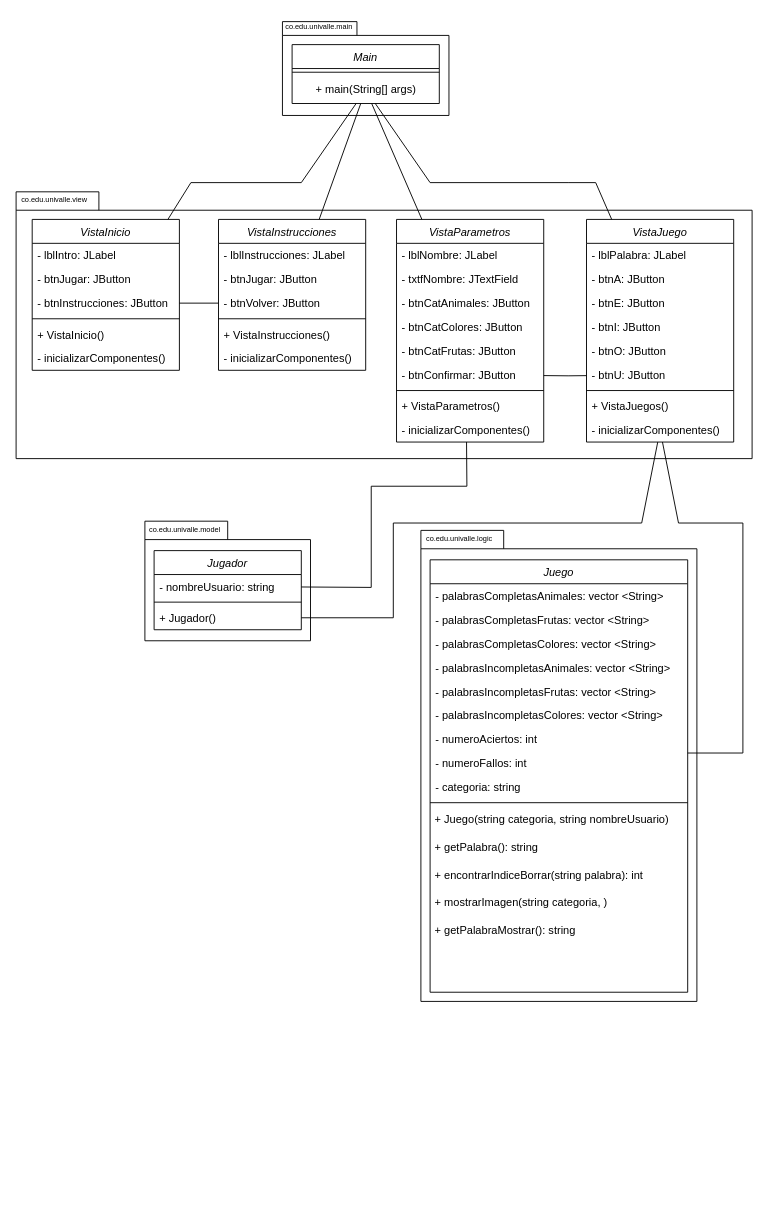
Earlier version of the draw.io diagram Diagrama de Clases MiniProyecto1.drawio (puyojulian/MiniProyecto1FPOE). Source tidied: cells renumbered, new cells numbered last; positions are measured from the earlier drawing's top-left corner, leaving out a move shared by most shapes. Both pictures are drawn from the tidied source at 92%, with x=0, y=0 at pixel (16, 16).
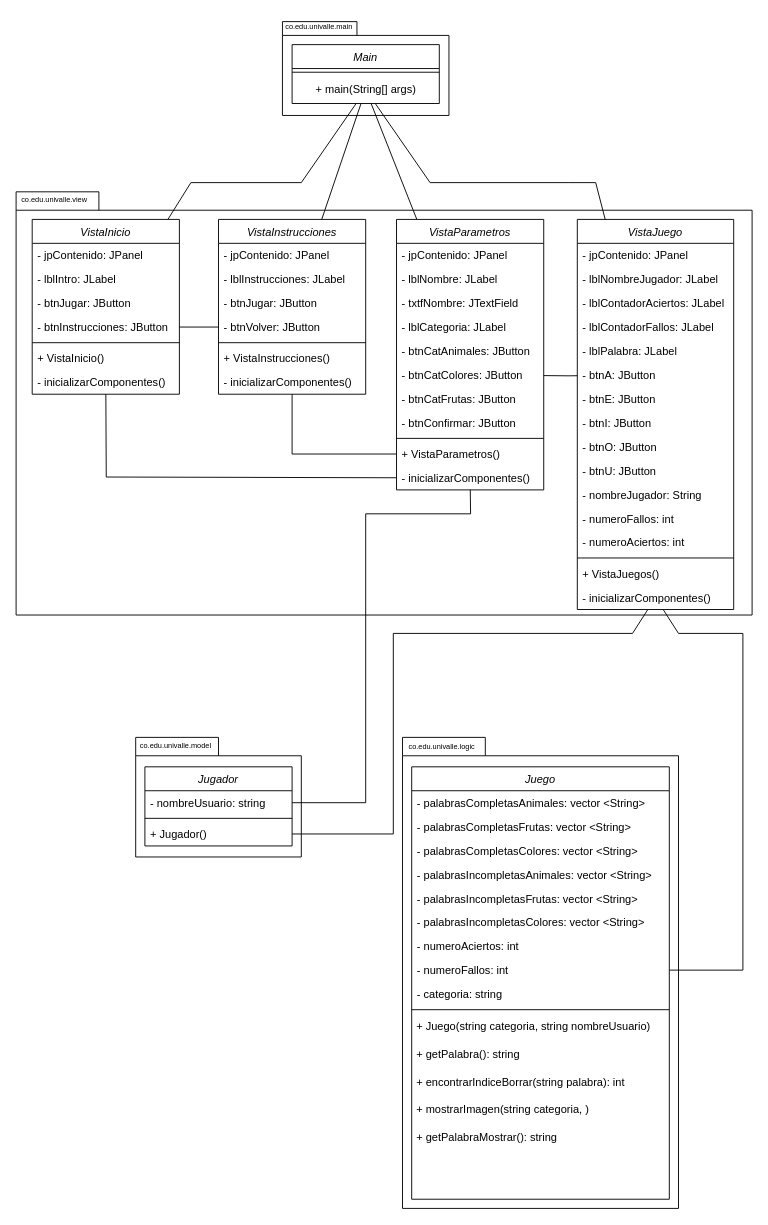
The same diagram, later.

Commit message:
Actualización sobre atributos de las interfaces Diagrama de Clases MiniProyecto1.drawio

The change refers to these unchanged cells:
```xml
<mxCell id="6" value="- nombreUsuario: string" style="text;align=left;verticalAlign=top;spacingLeft=4;spacingRight=4;overflow=hidden;points=[[0,0.5],[1,0.5]];portConstraint=eastwest;" parent="5" vertex="1">
  <mxGeometry y="26" width="160" height="26" as="geometry" />
</mxCell>
<mxCell id="8" value="+ Jugador()" style="text;align=left;verticalAlign=top;spacingLeft=4;spacingRight=4;overflow=hidden;points=[[0,0.5],[1,0.5]];portConstraint=eastwest;" parent="5" vertex="1">
  <mxGeometry y="60" width="160" height="26" as="geometry" />
</mxCell>
<mxCell id="28" value="- numeroFallos: int" style="text;align=left;verticalAlign=top;spacingLeft=4;spacingRight=4;overflow=hidden;points=[[0,0.5],[1,0.5]];portConstraint=eastwest;" parent="20" vertex="1">
  <mxGeometry y="208" width="280" height="26" as="geometry" />
</mxCell>
```

What changed in the source:
```diff
@@
     <mxCell id="3" style="shape=folder;fontStyle=1;spacingTop=10;tabWidth=90;tabHeight=20;tabPosition=left;html=1;whiteSpace=wrap;" parent="1" vertex="1">
-      <mxGeometry x="440" y="559" width="300" height="512" as="geometry" />
+      <mxGeometry x="420" y="784" width="300" height="512" as="geometry" />
     </mxCell>
     <mxCell id="4" style="shape=folder;fontStyle=1;spacingTop=10;tabWidth=90;tabHeight=20;tabPosition=left;html=1;whiteSpace=wrap;" parent="1" vertex="1">
-      <mxGeometry x="140" y="549" width="180" height="130" as="geometry" />
+      <mxGeometry x="130" y="784" width="180" height="130" as="geometry" />
     </mxCell>
     <mxCell id="5" value="Jugador" style="swimlane;fontStyle=2;align=center;verticalAlign=top;horizontal=1;startSize=26;rounded=0;shadow=0;strokeWidth=1;" parent="1" vertex="1">
-      <mxGeometry x="150" y="581" width="160" height="86" as="geometry" />
+      <mxGeometry x="140" y="816" width="160" height="86" as="geometry" />
     </mxCell>
@@
     <mxCell id="9" style="shape=folder;fontStyle=1;spacingTop=10;tabWidth=90;tabHeight=20;tabPosition=left;html=1;whiteSpace=wrap;" parent="1" vertex="1">
-      <mxGeometry y="191" width="800" height="290" as="geometry" />
+      <mxGeometry y="191" width="800" height="460" as="geometry" />
     </mxCell>
@@
     <mxCell id="13" value="VistaInstrucciones" style="swimlane;fontStyle=2;align=center;verticalAlign=top;horizontal=1;startSize=26;rounded=0;shadow=0;strokeWidth=1;" parent="1" vertex="1">
-      <mxGeometry x="220" y="221" width="160" height="164" as="geometry" />
+      <mxGeometry x="220" y="221" width="160" height="190" as="geometry" />
     </mxCell>
+    <mxCell id="76" value="- jpContenido: JPanel" style="text;align=left;verticalAlign=top;spacingLeft=4;spacingRight=4;overflow=hidden;" parent="13" vertex="1">
+      <mxGeometry y="26" width="160" height="26" as="geometry" />
+    </mxCell>
     <mxCell id="14" value="- lblInstrucciones: JLabel" style="text;align=left;verticalAlign=top;spacingLeft=4;spacingRight=4;overflow=hidden;" parent="13" vertex="1">
-      <mxGeometry y="26" width="160" height="26" as="geometry" />
+      <mxGeometry y="52" width="160" height="26" as="geometry" />
     </mxCell>
     <mxCell id="15" value="- btnJugar: JButton" style="text;align=left;verticalAlign=top;spacingLeft=4;spacingRight=4;overflow=hidden;rounded=0;shadow=0;html=0;" parent="13" vertex="1">
-      <mxGeometry y="52" width="160" height="26" as="geometry" />
+      <mxGeometry y="78" width="160" height="26" as="geometry" />
     </mxCell>
     <mxCell id="16" value="- btnVolver: JButton" style="text;align=left;verticalAlign=top;spacingLeft=4;spacingRight=4;overflow=hidden;points=[[0,0.5],[1,0.5]];portConstraint=eastwest;rounded=0;shadow=0;html=0;" parent="13" vertex="1">
-      <mxGeometry y="78" width="160" height="26" as="geometry" />
+      <mxGeometry y="104" width="160" height="26" as="geometry" />
     </mxCell>
     <mxCell id="17" style="line;html=1;strokeWidth=1;align=left;verticalAlign=middle;spacingTop=-1;spacingLeft=3;spacingRight=3;labelPosition=right;" parent="13" vertex="1">
-      <mxGeometry y="104" width="160" height="8" as="geometry" />
+      <mxGeometry y="130" width="160" height="8" as="geometry" />
     </mxCell>
     <mxCell id="18" value="+ VistaInstrucciones()" style="text;align=left;verticalAlign=top;spacingLeft=4;spacingRight=4;overflow=hidden;" parent="13" vertex="1">
-      <mxGeometry y="112" width="160" height="26" as="geometry" />
+      <mxGeometry y="138" width="160" height="26" as="geometry" />
     </mxCell>
     <mxCell id="19" value="- inicializarComponentes()" style="text;align=left;verticalAlign=top;spacingLeft=4;spacingRight=4;overflow=hidden;points=[[0,0.5],[1,0.5]];portConstraint=eastwest;" parent="13" vertex="1">
-      <mxGeometry y="138" width="160" height="26" as="geometry" />
+      <mxGeometry y="164" width="160" height="26" as="geometry" />
     </mxCell>
     <mxCell id="20" value="Juego" style="swimlane;fontStyle=2;align=center;verticalAlign=top;horizontal=1;startSize=26;rounded=0;shadow=0;strokeWidth=1;" parent="1" vertex="1">
-      <mxGeometry x="450" y="591" width="280" height="470" as="geometry" />
+      <mxGeometry x="430" y="816" width="280" height="470" as="geometry" />
     </mxCell>
@@
     <mxCell id="36" value="VistaInicio" style="swimlane;fontStyle=2;align=center;verticalAlign=top;horizontal=1;startSize=26;rounded=0;shadow=0;strokeWidth=1;" parent="1" vertex="1">
-      <mxGeometry x="17.5" y="221" width="160" height="164" as="geometry" />
+      <mxGeometry x="17.5" y="221" width="160" height="190" as="geometry" />
     </mxCell>
+    <mxCell id="77" value="- jpContenido: JPanel" style="text;align=left;verticalAlign=top;spacingLeft=4;spacingRight=4;overflow=hidden;" parent="36" vertex="1">
+      <mxGeometry y="26" width="160" height="26" as="geometry" />
+    </mxCell>
     <mxCell id="37" value="- lblIntro: JLabel" style="text;align=left;verticalAlign=top;spacingLeft=4;spacingRight=4;overflow=hidden;" parent="36" vertex="1">
-      <mxGeometry y="26" width="160" height="26" as="geometry" />
+      <mxGeometry y="52" width="160" height="26" as="geometry" />
     </mxCell>
     <mxCell id="38" value="- btnJugar: JButton" style="text;align=left;verticalAlign=top;spacingLeft=4;spacingRight=4;overflow=hidden;rounded=0;shadow=0;html=0;" parent="36" vertex="1">
-      <mxGeometry y="52" width="160" height="26" as="geometry" />
+      <mxGeometry y="78" width="160" height="26" as="geometry" />
     </mxCell>
     <mxCell id="39" value="- btnInstrucciones: JButton" style="text;align=left;verticalAlign=top;spacingLeft=4;spacingRight=4;overflow=hidden;points=[[0,0.5],[1,0.5]];portConstraint=eastwest;rounded=0;shadow=0;html=0;" parent="36" vertex="1">
-      <mxGeometry y="78" width="160" height="26" as="geometry" />
+      <mxGeometry y="104" width="160" height="26" as="geometry" />
     </mxCell>
     <mxCell id="40" style="line;html=1;strokeWidth=1;align=left;verticalAlign=middle;spacingTop=-1;spacingLeft=3;spacingRight=3;labelPosition=right;" parent="36" vertex="1">
-      <mxGeometry y="104" width="160" height="8" as="geometry" />
+      <mxGeometry y="130" width="160" height="8" as="geometry" />
     </mxCell>
     <mxCell id="41" value="+ VistaInicio()" style="text;align=left;verticalAlign=top;spacingLeft=4;spacingRight=4;overflow=hidden;" parent="36" vertex="1">
-      <mxGeometry y="112" width="160" height="26" as="geometry" />
+      <mxGeometry y="138" width="160" height="26" as="geometry" />
     </mxCell>
     <mxCell id="42" value="- inicializarComponentes()" style="text;align=left;verticalAlign=top;spacingLeft=4;spacingRight=4;overflow=hidden;points=[[0,0.5],[1,0.5]];portConstraint=eastwest;" parent="36" vertex="1">
-      <mxGeometry y="138" width="160" height="26" as="geometry" />
+      <mxGeometry y="164" width="160" height="26" as="geometry" />
     </mxCell>
     <mxCell id="43" value="VistaParametros" style="swimlane;fontStyle=2;align=center;verticalAlign=top;horizontal=1;startSize=26;rounded=0;shadow=0;strokeWidth=1;" parent="1" vertex="1">
-      <mxGeometry x="413.5" y="221" width="160" height="242" as="geometry" />
+      <mxGeometry x="413.5" y="221" width="160" height="294" as="geometry" />
     </mxCell>
+    <mxCell id="78" value="- jpContenido: JPanel" style="text;align=left;verticalAlign=top;spacingLeft=4;spacingRight=4;overflow=hidden;" parent="43" vertex="1">
+      <mxGeometry y="26" width="160" height="26" as="geometry" />
+    </mxCell>
     <mxCell id="44" value="- lblNombre: JLabel" style="text;align=left;verticalAlign=top;spacingLeft=4;spacingRight=4;overflow=hidden;" parent="43" vertex="1">
-      <mxGeometry y="26" width="160" height="26" as="geometry" />
+      <mxGeometry y="52" width="160" height="26" as="geometry" />
     </mxCell>
     <mxCell id="45" value="- txtfNombre: JTextField" style="text;align=left;verticalAlign=top;spacingLeft=4;spacingRight=4;overflow=hidden;rounded=0;shadow=0;html=0;" parent="43" vertex="1">
-      <mxGeometry y="52" width="160" height="26" as="geometry" />
+      <mxGeometry y="78" width="160" height="26" as="geometry" />
     </mxCell>
+    <mxCell id="79" value="- lblCategoria: JLabel" style="text;align=left;verticalAlign=top;spacingLeft=4;spacingRight=4;overflow=hidden;" parent="43" vertex="1">
+      <mxGeometry y="104" width="160" height="26" as="geometry" />
+    </mxCell>
     <mxCell id="46" value="- btnCatAnimales: JButton" style="text;align=left;verticalAlign=top;spacingLeft=4;spacingRight=4;overflow=hidden;rounded=0;shadow=0;html=0;" parent="43" vertex="1">
-      <mxGeometry y="78" width="160" height="26" as="geometry" />
+      <mxGeometry y="130" width="160" height="26" as="geometry" />
     </mxCell>
     <mxCell id="47" value="- btnCatColores: JButton" style="text;align=left;verticalAlign=top;spacingLeft=4;spacingRight=4;overflow=hidden;points=[[0,0.5],[1,0.5]];portConstraint=eastwest;rounded=0;shadow=0;html=0;" parent="43" vertex="1">
-      <mxGeometry y="104" width="160" height="26" as="geometry" />
+      <mxGeometry y="156" width="160" height="26" as="geometry" />
     </mxCell>
     <mxCell id="48" value="- btnCatFrutas: JButton" style="text;align=left;verticalAlign=top;spacingLeft=4;spacingRight=4;overflow=hidden;rounded=0;shadow=0;html=0;" parent="43" vertex="1">
-      <mxGeometry y="130" width="160" height="26" as="geometry" />
+      <mxGeometry y="182" width="160" height="26" as="geometry" />
     </mxCell>
     <mxCell id="49" value="- btnConfirmar: JButton" style="text;align=left;verticalAlign=top;spacingLeft=4;spacingRight=4;overflow=hidden;points=[[0,0.5],[1,0.5]];portConstraint=eastwest;rounded=0;shadow=0;html=0;" parent="43" vertex="1">
-      <mxGeometry y="156" width="160" height="26" as="geometry" />
+      <mxGeometry y="208" width="160" height="26" as="geometry" />
     </mxCell>
     <mxCell id="50" style="line;html=1;strokeWidth=1;align=left;verticalAlign=middle;spacingTop=-1;spacingLeft=3;spacingRight=3;labelPosition=right;" parent="43" vertex="1">
-      <mxGeometry y="182" width="160" height="8" as="geometry" />
+      <mxGeometry y="234" width="160" height="8" as="geometry" />
     </mxCell>
     <mxCell id="51" value="+ VistaParametros()" style="text;align=left;verticalAlign=top;spacingLeft=4;spacingRight=4;overflow=hidden;points=[[0,0.5],[1,0.5]];portConstraint=eastwest;" parent="43" vertex="1">
-      <mxGeometry y="190" width="160" height="26" as="geometry" />
+      <mxGeometry y="242" width="160" height="26" as="geometry" />
     </mxCell>
     <mxCell id="52" value="- inicializarComponentes()" style="text;align=left;verticalAlign=top;spacingLeft=4;spacingRight=4;overflow=hidden;points=[[0,0.5],[1,0.5]];portConstraint=eastwest;" parent="43" vertex="1">
-      <mxGeometry y="216" width="160" height="26" as="geometry" />
+      <mxGeometry y="268" width="160" height="26" as="geometry" />
     </mxCell>
@@
-    <mxCell id="56" style="endArrow=none;html=1;rounded=0;" parent="1" edge="1" target="66">
+    <mxCell id="56" style="endArrow=none;html=1;rounded=0;" parent="1" edge="1" source="28" target="66">
       <mxGeometry relative="1" as="geometry">
-        <mxPoint x="730" y="801" as="sourcePoint" />
         <Array as="points">
-          <mxPoint x="790" y="801" />
-          <mxPoint x="790" y="551" />
-          <mxPoint x="720" y="551" />
+          <mxPoint x="790" y="1037" />
+          <mxPoint x="790" y="671" />
+          <mxPoint x="720" y="671" />
         </Array>
       </mxGeometry>
     </mxCell>
     <mxCell id="57" value="VistaJuego" style="swimlane;fontStyle=2;align=center;verticalAlign=top;horizontal=1;startSize=26;rounded=0;shadow=0;strokeWidth=1;" parent="1" vertex="1">
-      <mxGeometry x="620" y="221" width="160" height="242" as="geometry" />
+      <mxGeometry x="610" y="221" width="170" height="424" as="geometry" />
     </mxCell>
+    <mxCell id="80" value="- jpContenido: JPanel" style="text;align=left;verticalAlign=top;spacingLeft=4;spacingRight=4;overflow=hidden;" parent="57" vertex="1">
+      <mxGeometry y="26" width="170" height="26" as="geometry" />
+    </mxCell>
+    <mxCell id="81" value="- lblNombreJugador: JLabel" style="text;align=left;verticalAlign=top;spacingLeft=4;spacingRight=4;overflow=hidden;" parent="57" vertex="1">
+      <mxGeometry y="52" width="170" height="26" as="geometry" />
+    </mxCell>
+    <mxCell id="82" value="- lblContadorAciertos: JLabel" style="text;align=left;verticalAlign=top;spacingLeft=4;spacingRight=4;overflow=hidden;" parent="57" vertex="1">
+      <mxGeometry y="78" width="170" height="26" as="geometry" />
+    </mxCell>
+    <mxCell id="83" value="- lblContadorFallos: JLabel" style="text;align=left;verticalAlign=top;spacingLeft=4;spacingRight=4;overflow=hidden;" parent="57" vertex="1">
+      <mxGeometry y="104" width="170" height="26" as="geometry" />
+    </mxCell>
     <mxCell id="58" value="- lblPalabra: JLabel" style="text;align=left;verticalAlign=top;spacingLeft=4;spacingRight=4;overflow=hidden;" parent="57" vertex="1">
-      <mxGeometry y="26" width="160" height="26" as="geometry" />
+      <mxGeometry y="130" width="170" height="26" as="geometry" />
     </mxCell>
     <mxCell id="59" value="- btnA: JButton" style="text;align=left;verticalAlign=top;spacingLeft=4;spacingRight=4;overflow=hidden;points=[[0,0.5],[1,0.5]];portConstraint=eastwest;rounded=0;shadow=0;html=0;" parent="57" vertex="1">
-      <mxGeometry y="52" width="160" height="26" as="geometry" />
+      <mxGeometry y="156" width="170" height="26" as="geometry" />
     </mxCell>
     <mxCell id="60" value="- btnE: JButton" style="text;align=left;verticalAlign=top;spacingLeft=4;spacingRight=4;overflow=hidden;rounded=0;shadow=0;html=0;" parent="57" vertex="1">
-      <mxGeometry y="78" width="160" height="26" as="geometry" />
+      <mxGeometry y="182" width="170" height="26" as="geometry" />
     </mxCell>
     <mxCell id="61" value="- btnI: JButton" style="text;align=left;verticalAlign=top;spacingLeft=4;spacingRight=4;overflow=hidden;rounded=0;shadow=0;html=0;" parent="57" vertex="1">
-      <mxGeometry y="104" width="160" height="26" as="geometry" />
+      <mxGeometry y="208" width="170" height="26" as="geometry" />
     </mxCell>
     <mxCell id="62" value="- btnO: JButton" style="text;align=left;verticalAlign=top;spacingLeft=4;spacingRight=4;overflow=hidden;rounded=0;shadow=0;html=0;" parent="57" vertex="1">
-      <mxGeometry y="130" width="160" height="26" as="geometry" />
+      <mxGeometry y="234" width="170" height="26" as="geometry" />
     </mxCell>
     <mxCell id="63" value="- btnU: JButton" style="text;align=left;verticalAlign=top;spacingLeft=4;spacingRight=4;overflow=hidden;points=[[0,0.5],[1,0.5]];portConstraint=eastwest;rounded=0;shadow=0;html=0;" parent="57" vertex="1">
-      <mxGeometry y="156" width="160" height="26" as="geometry" />
+      <mxGeometry y="260" width="170" height="26" as="geometry" />
     </mxCell>
+    <mxCell id="84" value="- nombreJugador: String" style="text;align=left;verticalAlign=top;spacingLeft=4;spacingRight=4;overflow=hidden;" parent="57" vertex="1">
+      <mxGeometry y="286" width="170" height="26" as="geometry" />
+    </mxCell>
+    <mxCell id="85" value="- numeroFallos: int" style="text;align=left;verticalAlign=top;spacingLeft=4;spacingRight=4;overflow=hidden;" parent="57" vertex="1">
+      <mxGeometry y="312" width="170" height="26" as="geometry" />
+    </mxCell>
+    <mxCell id="86" value="- numeroAciertos: int" style="text;align=left;verticalAlign=top;spacingLeft=4;spacingRight=4;overflow=hidden;" parent="57" vertex="1">
+      <mxGeometry y="338" width="170" height="26" as="geometry" />
+    </mxCell>
     <mxCell id="64" style="line;html=1;strokeWidth=1;align=left;verticalAlign=middle;spacingTop=-1;spacingLeft=3;spacingRight=3;labelPosition=right;" parent="57" vertex="1">
-      <mxGeometry y="182" width="160" height="8" as="geometry" />
+      <mxGeometry y="364" width="170" height="8" as="geometry" />
     </mxCell>
     <mxCell id="65" value="+ VistaJuegos()" style="text;align=left;verticalAlign=top;spacingLeft=4;spacingRight=4;overflow=hidden;" parent="57" vertex="1">
-      <mxGeometry y="190" width="160" height="26" as="geometry" />
+      <mxGeometry y="372" width="170" height="26" as="geometry" />
     </mxCell>
     <mxCell id="66" value="- inicializarComponentes()" style="text;align=left;verticalAlign=top;spacingLeft=4;spacingRight=4;overflow=hidden;points=[[0,0.5],[1,0.5]];portConstraint=eastwest;" parent="57" vertex="1">
-      <mxGeometry y="216" width="160" height="26" as="geometry" />
+      <mxGeometry y="398" width="170" height="26" as="geometry" />
     </mxCell>
@@
-    <mxCell id="68" style="endArrow=none;html=1;rounded=0;" parent="1" edge="1" source="6">
+    <mxCell id="68" style="endArrow=none;html=1;rounded=0;" parent="1" edge="1" source="6" target="52">
       <mxGeometry relative="1" as="geometry">
-        <mxPoint x="489.6" y="463" as="targetPoint" />
         <Array as="points">
-          <mxPoint x="386" y="621" />
-          <mxPoint x="386" y="511" />
-          <mxPoint x="490" y="511" />
+          <mxPoint x="380" y="855" />
+          <mxPoint x="380" y="541" />
+          <mxPoint x="494" y="541" />
         </Array>
       </mxGeometry>
     </mxCell>
@@
     <mxCell id="70" style="endArrow=none;html=1;rounded=0;" parent="1" edge="1" source="8" target="66">
       <mxGeometry relative="1" as="geometry">
         <Array as="points">
-          <mxPoint x="410" y="654" />
-          <mxPoint x="410" y="551" />
-          <mxPoint x="680" y="551" />
+          <mxPoint x="410" y="889" />
+          <mxPoint x="410" y="671" />
+          <mxPoint x="670" y="671" />
         </Array>
       </mxGeometry>
     </mxCell>
-    <mxCell id="71" style="endArrow=none;html=1;rounded=0;" parent="1" edge="1" source="63" target="49">
+    <mxCell id="71" style="endArrow=none;html=1;rounded=0;" parent="1" edge="1" source="59" target="47">
       <mxGeometry relative="1" as="geometry">
         <Array as="points">
           <mxPoint x="600" y="391" />
         </Array>
       </mxGeometry>
     </mxCell>
     <mxCell id="72" value="&lt;font style=&quot;font-size: 8px;&quot;&gt;co.edu.univalle.model&lt;/font&gt;" style="text;html=1;align=left;verticalAlign=bottom;strokeColor=none;fillColor=none;fontSize=8;" parent="1" vertex="1">
-      <mxGeometry x="143" y="546" width="100" height="20" as="geometry" />
+      <mxGeometry x="133" y="781" width="100" height="20" as="geometry" />
     </mxCell>
     <mxCell id="73" value="&lt;font style=&quot;font-size: 8px;&quot;&gt;co.edu.univalle.logic&lt;/font&gt;" style="text;html=1;align=left;verticalAlign=bottom;strokeColor=none;fillColor=none;fontSize=8;" parent="1" vertex="1">
-      <mxGeometry x="443.5" y="556" width="100" height="20" as="geometry" />
+      <mxGeometry x="425" y="782" width="100" height="20" as="geometry" />
     </mxCell>
@@
+    <mxCell id="87" style="endArrow=none;html=1;rounded=0;" parent="1" edge="1" source="42" target="52">
+      <mxGeometry relative="1" as="geometry">
+        <Array as="points">
+          <mxPoint x="98" y="501" />
+        </Array>
+      </mxGeometry>
+    </mxCell>
+    <mxCell id="88" style="endArrow=none;html=1;rounded=0;" parent="1" edge="1" source="19" target="51">
+      <mxGeometry relative="1" as="geometry">
+        <Array as="points">
+          <mxPoint x="300" y="476" />
+        </Array>
+      </mxGeometry>
+    </mxCell>
```
